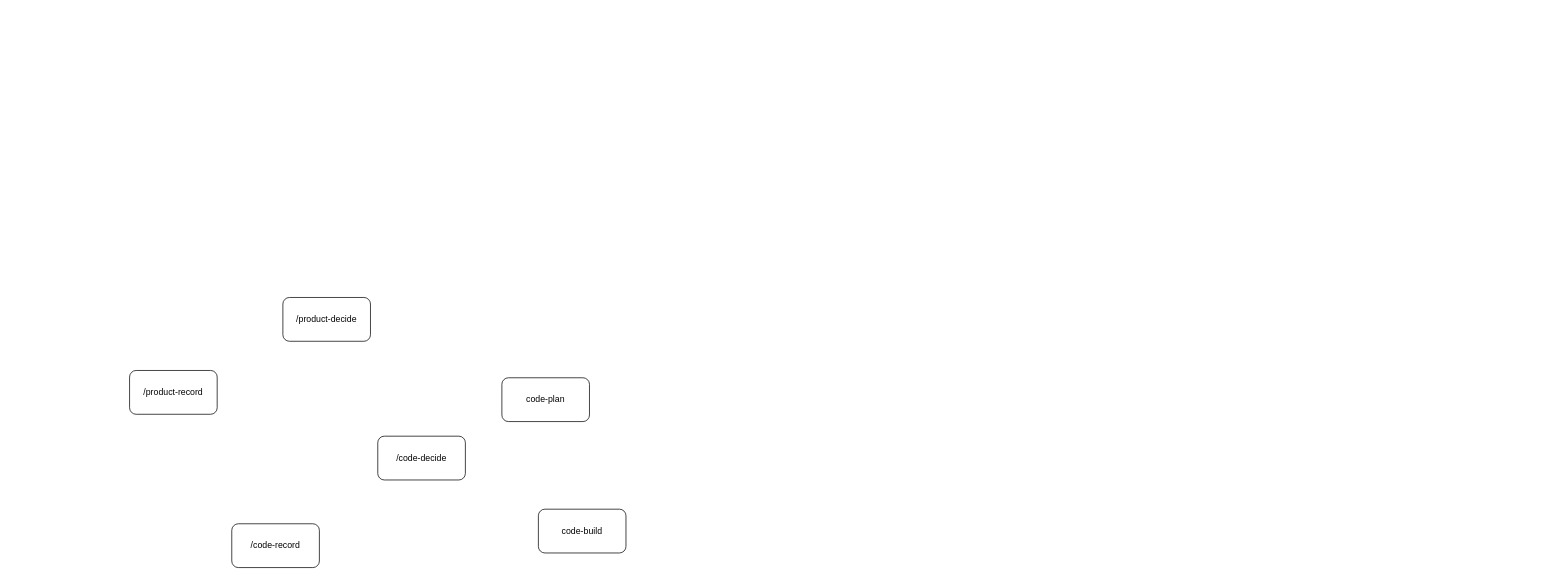
This is SKILLS-DFD.drawio from lushihui51/Flashy, a draw.io file, before an edit. Source tidied: cells renumbered, new cells numbered last; positions are measured from the earlier drawing's top-left corner, leaving out a move shared by most shapes. Both pictures are drawn from the tidied source at 73%, with x=0, y=0 at pixel (129, 297).
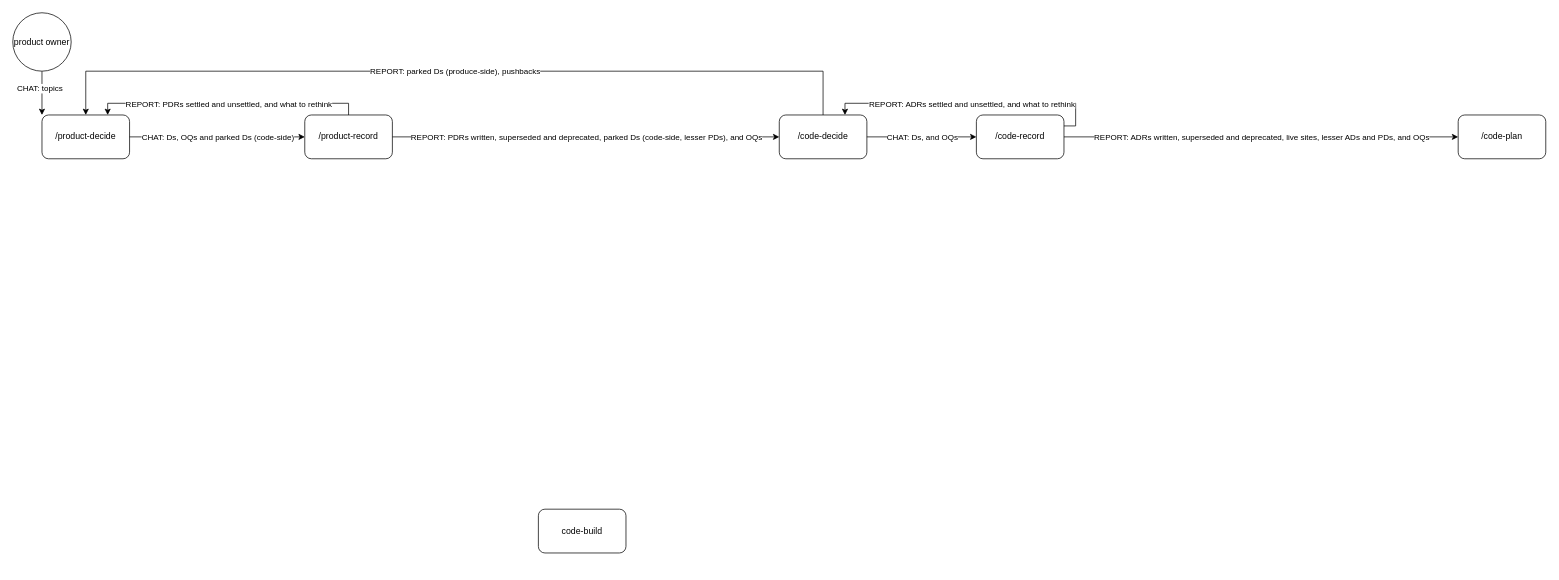
Above is the later version.

Diff of the diagram source:
```diff
@@
     <mxCell id="2" value="/product-decide" style="rounded=1;whiteSpace=wrap;html=1;" parent="1" vertex="1">
-      <mxGeometry x="210" width="120" height="60" as="geometry" />
+      <mxGeometry x="-120" y="-250" width="120" height="60" as="geometry" />
     </mxCell>
     <mxCell id="3" value="/product-record" style="rounded=1;whiteSpace=wrap;html=1;" parent="1" vertex="1">
-      <mxGeometry y="100" width="120" height="60" as="geometry" />
+      <mxGeometry x="240" y="-250" width="120" height="60" as="geometry" />
     </mxCell>
     <mxCell id="4" value="/code-decide" style="rounded=1;whiteSpace=wrap;html=1;" parent="1" vertex="1">
-      <mxGeometry x="340" y="190" width="120" height="60" as="geometry" />
+      <mxGeometry x="890" y="-250" width="120" height="60" as="geometry" />
     </mxCell>
     <mxCell id="5" value="/code-record" style="rounded=1;whiteSpace=wrap;html=1;" parent="1" vertex="1">
-      <mxGeometry x="140" y="310" width="120" height="60" as="geometry" />
+      <mxGeometry x="1160" y="-250" width="120" height="60" as="geometry" />
     </mxCell>
-    <mxCell id="6" value="code-plan" style="rounded=1;whiteSpace=wrap;html=1;" parent="1" vertex="1">
-      <mxGeometry x="510" y="110" width="120" height="60" as="geometry" />
+    <mxCell id="6" value="/code-plan" style="rounded=1;whiteSpace=wrap;html=1;" parent="1" vertex="1">
+      <mxGeometry x="1820" y="-250" width="120" height="60" as="geometry" />
     </mxCell>
@@
+    <mxCell id="8" style="endArrow=classic;html=1;rounded=0;entryX=0;entryY=0;entryDx=0;entryDy=0;exitX=0.5;exitY=1;exitDx=0;exitDy=0;" parent="1" edge="1" source="10" target="2">
+      <mxGeometry relative="1" as="geometry" />
+    </mxCell>
+    <mxCell id="9" value="CHAT: topics" style="edgeLabel;html=1;align=center;verticalAlign=middle;" parent="8" vertex="1">
+      <mxGeometry x="-0.22" y="-4" relative="1" as="geometry" />
+    </mxCell>
+    <mxCell id="10" value="product owner" style="ellipse;whiteSpace=wrap;html=1;shapeInside=1;" parent="1" vertex="1">
+      <mxGeometry x="-160" y="-390" width="80" height="80" as="geometry" />
+    </mxCell>
+    <mxCell id="11" style="endArrow=classic;html=1;rounded=0;exitX=1;exitY=0.5;exitDx=0;exitDy=0;entryX=0;entryY=0.5;entryDx=0;entryDy=0;" parent="1" edge="1" source="2" target="3">
+      <mxGeometry relative="1" as="geometry" />
+    </mxCell>
+    <mxCell id="12" value="CHAT: Ds, OQs and parked Ds (code-side)" style="edgeLabel;html=1;align=center;verticalAlign=middle;" parent="11" vertex="1">
+      <mxGeometry relative="1" as="geometry" />
+    </mxCell>
+    <mxCell id="13" style="endArrow=classic;html=1;rounded=0;exitX=1;exitY=0.5;exitDx=0;exitDy=0;entryX=0;entryY=0.5;entryDx=0;entryDy=0;" parent="1" edge="1" source="3" target="4">
+      <mxGeometry relative="1" as="geometry" />
+    </mxCell>
+    <mxCell id="14" value="REPORT: PDRs written, superseded and deprecated, parked Ds (code-side, lesser PDs), and OQs" style="edgeLabel;html=1;align=center;verticalAlign=middle;" parent="13" vertex="1">
+      <mxGeometry relative="1" as="geometry" />
+    </mxCell>
+    <mxCell id="15" style="endArrow=classic;html=1;rounded=0;entryX=0.75;entryY=0;entryDx=0;entryDy=0;exitX=0.5;exitY=0;exitDx=0;exitDy=0;edgeStyle=orthogonalEdgeStyle;libavoidRouting=1;" parent="1" edge="1" source="3" target="2">
+      <mxGeometry relative="1" as="geometry">
+        <Array as="points">
+          <mxPoint x="300" y="-266" />
+          <mxPoint x="-30" y="-266" />
+        </Array>
+      </mxGeometry>
+    </mxCell>
+    <mxCell id="16" value="REPORT: PDRs settled and unsettled, and what to rethink" style="edgeLabel;html=1;align=center;verticalAlign=middle;" parent="15" vertex="1">
+      <mxGeometry relative="1" as="geometry" />
+    </mxCell>
+    <mxCell id="17" style="endArrow=classic;html=1;rounded=0;exitX=1;exitY=0.5;exitDx=0;exitDy=0;entryX=0;entryY=0.5;entryDx=0;entryDy=0;" parent="1" edge="1" source="4" target="5">
+      <mxGeometry relative="1" as="geometry" />
+    </mxCell>
+    <mxCell id="18" value="CHAT: Ds, and OQs" style="edgeLabel;html=1;align=center;verticalAlign=middle;" parent="17" vertex="1">
+      <mxGeometry relative="1" as="geometry" />
+    </mxCell>
+    <mxCell id="19" style="endArrow=classic;html=1;rounded=0;exitX=0.5;exitY=0;exitDx=0;exitDy=0;entryX=0.5;entryY=0;entryDx=0;entryDy=0;edgeStyle=orthogonalEdgeStyle;" parent="1" edge="1" source="4" target="2">
+      <mxGeometry relative="1" as="geometry">
+        <Array as="points">
+          <mxPoint x="950" y="-310" />
+          <mxPoint x="-60" y="-310" />
+        </Array>
+      </mxGeometry>
+    </mxCell>
+    <mxCell id="20" value="REPORT: parked Ds (produce-side), pushbacks" style="edgeLabel;html=1;align=center;verticalAlign=middle;" parent="19" vertex="1">
+      <mxGeometry relative="1" as="geometry" />
+    </mxCell>
+    <mxCell id="21" style="endArrow=classic;html=1;rounded=0;exitX=1;exitY=0.5;exitDx=0;exitDy=0;" parent="1" edge="1" source="5">
+      <mxGeometry relative="1" as="geometry">
+        <mxPoint x="1820" y="-220" as="targetPoint" />
+      </mxGeometry>
+    </mxCell>
+    <mxCell id="22" value="REPORT: ADRs written, superseded and deprecated, live sites, lesser ADs and PDs, and OQs" style="edgeLabel;html=1;align=center;verticalAlign=middle;" parent="21" vertex="1">
+      <mxGeometry relative="1" as="geometry" />
+    </mxCell>
+    <mxCell id="23" style="endArrow=classic;html=1;rounded=0;entryX=0.75;entryY=0;entryDx=0;entryDy=0;edgeStyle=orthogonalEdgeStyle;libavoidRouting=1;exitX=1;exitY=0.25;exitDx=0;exitDy=0;" parent="1" edge="1" source="5" target="4">
+      <mxGeometry relative="1" as="geometry">
+        <Array as="points">
+          <mxPoint x="1296" y="-235" />
+          <mxPoint x="1296" y="-266" />
+          <mxPoint x="980" y="-266" />
+        </Array>
+      </mxGeometry>
+    </mxCell>
+    <mxCell id="24" value="REPORT: ADRs settled and unsettled, and what to rethink" style="edgeLabel;html=1;align=center;verticalAlign=middle;" parent="23" vertex="1">
+      <mxGeometry relative="1" as="geometry" />
+    </mxCell>
```
